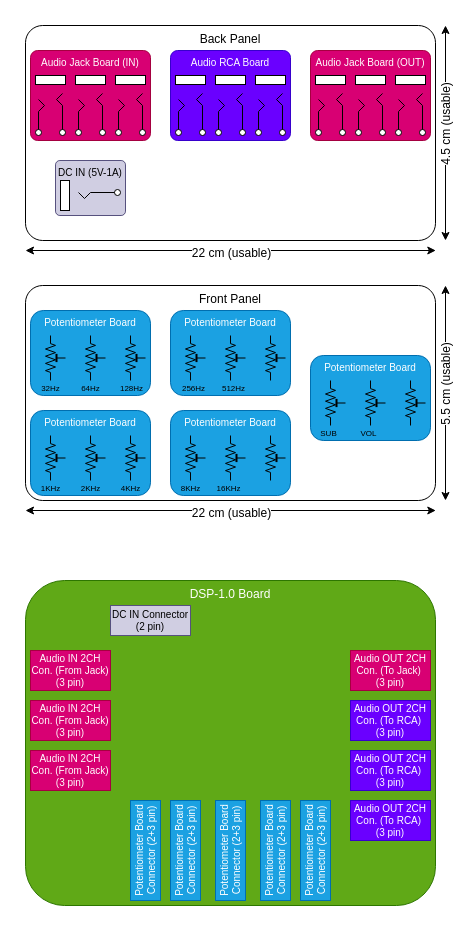
Above: Diagrams/BoxSheme.drawio in mregueira/AudioDSP-v1.0 (draw.io), before the change. Source tidied: cells renumbered, new cells numbered last; positions are measured from the earlier drawing's top-left corner, leaving out a move shared by most shapes. Both pictures are drawn from the tidied source at 100%, with x=0, y=0 at pixel (20, 25).
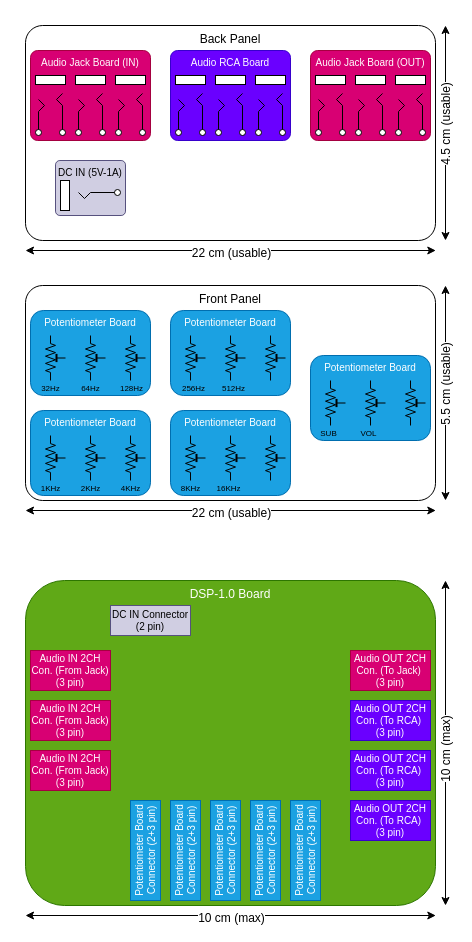
The same diagram, later.

Change to the diagram source:
```diff
@@
     <mxCell id="61" value="Potentiometer Board Connector (2+3 pin)" style="rounded=0;whiteSpace=wrap;html=1;fontSize=10;rotation=-90;fillColor=#1ba1e2;fontColor=#ffffff;strokeColor=#006EAF;" parent="1" vertex="1">
-      <mxGeometry x="245" y="810" width="100" height="30" as="geometry" />
+      <mxGeometry x="235" y="810" width="100" height="30" as="geometry" />
     </mxCell>
     <mxCell id="62" value="Potentiometer Board Connector (2+3 pin)" style="rounded=0;whiteSpace=wrap;html=1;fontSize=10;rotation=-90;fillColor=#1ba1e2;fontColor=#ffffff;strokeColor=#006EAF;" parent="1" vertex="1">
-      <mxGeometry x="160" y="810" width="100" height="30" as="geometry" />
+      <mxGeometry x="155" y="810" width="100" height="30" as="geometry" />
     </mxCell>
     <mxCell id="63" value="Potentiometer Board Connector (2+3 pin)" style="rounded=0;whiteSpace=wrap;html=1;fontSize=10;rotation=-90;fillColor=#1ba1e2;fontColor=#ffffff;strokeColor=#006EAF;" parent="1" vertex="1">
-      <mxGeometry x="205" y="810" width="100" height="30" as="geometry" />
+      <mxGeometry x="195" y="810" width="100" height="30" as="geometry" />
     </mxCell>
@@
+    <mxCell id="72" style="endArrow=classic;startArrow=classic;html=1;rounded=0;fontSize=12;fontColor=#000000;" parent="1" edge="1">
+      <mxGeometry relative="1" as="geometry">
+        <mxPoint x="5" y="890" as="sourcePoint" />
+        <mxPoint x="415.3" y="890" as="targetPoint" />
+      </mxGeometry>
+    </mxCell>
+    <mxCell id="73" value="10 cm (max)" style="edgeLabel;html=1;align=center;verticalAlign=middle;fontSize=12;fontColor=#000000;" parent="72" vertex="1">
+      <mxGeometry x="-0.28" y="-2" relative="1" as="geometry">
+        <mxPoint x="57" as="offset" />
+      </mxGeometry>
+    </mxCell>
+    <mxCell id="74" style="endArrow=classic;startArrow=classic;html=1;rounded=0;fontSize=12;fontColor=#000000;horizontal=1;" parent="1" edge="1">
+      <mxGeometry relative="1" as="geometry">
+        <mxPoint x="425" y="880" as="sourcePoint" />
+        <mxPoint x="425" y="555" as="targetPoint" />
+      </mxGeometry>
+    </mxCell>
+    <mxCell id="75" value="10 cm (max)" style="edgeLabel;html=1;align=center;verticalAlign=middle;fontSize=12;fontColor=#000000;horizontal=0;" parent="74" vertex="1">
+      <mxGeometry x="-0.28" y="-2" relative="1" as="geometry">
+        <mxPoint x="-2" y="-38" as="offset" />
+      </mxGeometry>
+    </mxCell>
```
